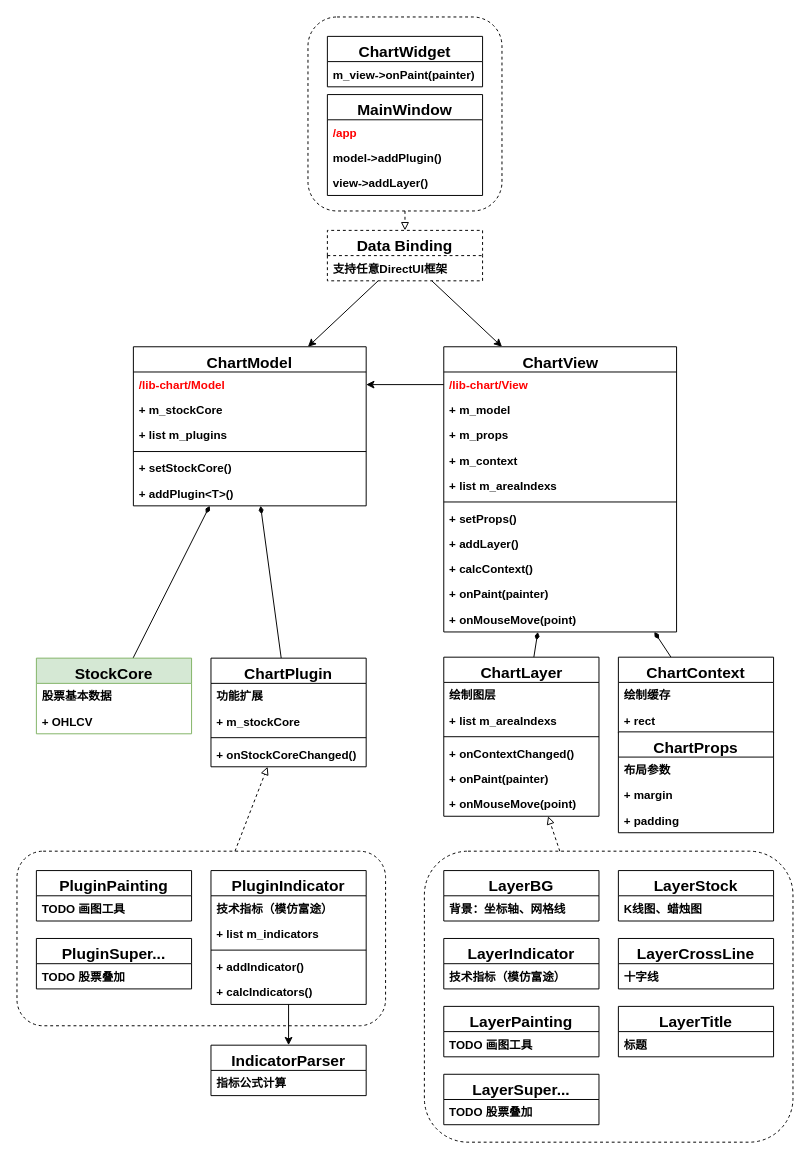
Earlier version of the draw.io diagram doc/architecture.drawio (zxffffffff/stock-charts-cpp). Source tidied: cells renumbered, new cells numbered last; positions are measured from the earlier drawing's top-left corner, leaving out a move shared by most shapes. Both pictures are drawn from the tidied source at 97%, with x=0, y=0 at pixel (16, 16).
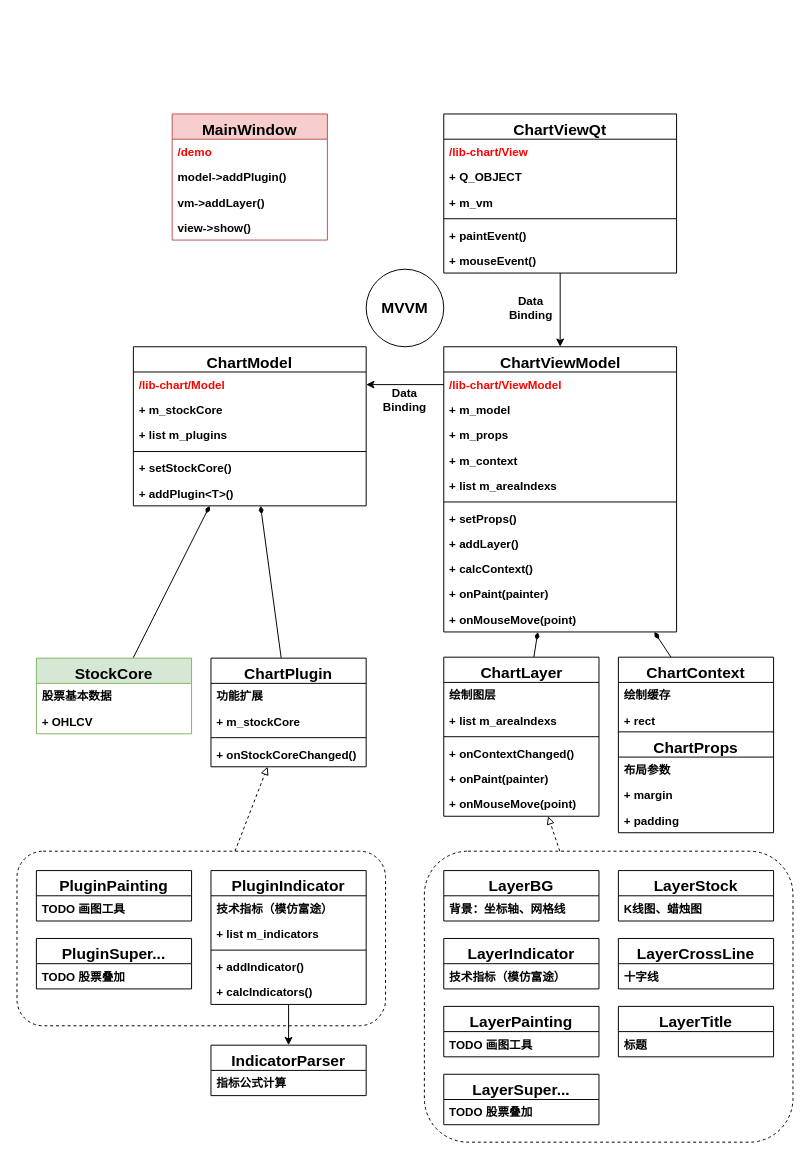
After the change.

Unchanged cells that the change refers to:
```xml
<mxCell id="8" value="ChartModel" style="swimlane;fontStyle=1;align=center;verticalAlign=top;horizontal=1;startSize=26;fontSize=16;fontFamily=微软雅黑;" parent="1" vertex="1">
  <mxGeometry x="120" y="340" width="240" height="164" as="geometry" />
</mxCell>
```

Change to the diagram source:
```diff
@@
-    <mxCell id="2" style="edgeStyle=none;rounded=0;jettySize=auto;html=1;endArrow=block;endFill=0;dashed=1;fontFamily=微软雅黑;fontStyle=1;" parent="1" edge="1" source="3" target="25">
-      <mxGeometry relative="1" as="geometry" />
-    </mxCell>
-    <mxCell id="3" style="rounded=1;whiteSpace=wrap;html=1;labelBackgroundColor=none;dashed=1;fontFamily=微软雅黑;fontStyle=1;fillColor=none;" parent="1" vertex="1">
-      <mxGeometry x="300" width="200" height="200" as="geometry" />
-    </mxCell>
@@
-    <mxCell id="23" style="edgeStyle=none;rounded=0;jettySize=auto;html=1;fontColor=#FF0000;entryX=0.75;entryY=0;entryDx=0;entryDy=0;" parent="1" edge="1" source="25" target="8">
-      <mxGeometry relative="1" as="geometry" />
-    </mxCell>
-    <mxCell id="24" style="edgeStyle=none;rounded=0;jettySize=auto;html=1;fontColor=#FF0000;entryX=0.25;entryY=0;entryDx=0;entryDy=0;" parent="1" edge="1" source="25" target="37">
-      <mxGeometry relative="1" as="geometry" />
-    </mxCell>
-    <mxCell id="25" value="Data Binding" style="swimlane;fontStyle=1;align=center;verticalAlign=top;horizontal=1;startSize=26;fontSize=16;dashed=1;fontFamily=微软雅黑;" parent="1" vertex="1">
-      <mxGeometry x="320" y="220" width="160" height="52" as="geometry" />
-    </mxCell>
-    <mxCell id="26" value="支持任意DirectUI框架" style="text;align=left;verticalAlign=top;spacingLeft=4;spacingRight=4;overflow=hidden;fontFamily=微软雅黑;fontStyle=1;" parent="25" vertex="1">
-      <mxGeometry y="26" width="160" height="26" as="geometry" />
-    </mxCell>
@@
-    <mxCell id="37" value="ChartView" style="swimlane;fontStyle=1;align=center;verticalAlign=top;horizontal=1;startSize=26;fontSize=16;html=1;fontFamily=微软雅黑;" parent="1" vertex="1">
+    <mxCell id="37" value="ChartViewModel" style="swimlane;fontStyle=1;align=center;verticalAlign=top;horizontal=1;startSize=26;fontSize=16;html=1;fontFamily=微软雅黑;" parent="1" vertex="1">
       <mxGeometry x="440" y="340" width="240" height="294" as="geometry" />
     </mxCell>
-    <mxCell id="38" value="/lib-chart/View" style="text;align=left;verticalAlign=top;spacingLeft=4;spacingRight=4;overflow=hidden;points=[[0,0.5],[1,0.5]];portConstraint=eastwest;fontColor=#FF0000;fontFamily=微软雅黑;fontStyle=1;" parent="37" vertex="1">
+    <mxCell id="38" value="/lib-chart/ViewModel" style="text;align=left;verticalAlign=top;spacingLeft=4;spacingRight=4;overflow=hidden;points=[[0,0.5],[1,0.5]];portConstraint=eastwest;fontColor=#FF0000;fontFamily=微软雅黑;fontStyle=1;" parent="37" vertex="1">
       <mxGeometry y="26" width="240" height="26" as="geometry" />
     </mxCell>
@@
-    <mxCell id="84" value="MainWindow" style="swimlane;fontStyle=1;align=center;verticalAlign=top;horizontal=1;startSize=26;fontSize=16;fontFamily=微软雅黑;" parent="1" vertex="1">
-      <mxGeometry x="320" y="80" width="160" height="104" as="geometry" />
+    <mxCell id="84" value="MainWindow" style="swimlane;fontStyle=1;align=center;verticalAlign=top;horizontal=1;startSize=26;fontSize=16;fontFamily=微软雅黑;fillColor=#f8cecc;strokeColor=#b85450;" parent="1" vertex="1">
+      <mxGeometry x="160" y="100" width="160" height="130" as="geometry" />
     </mxCell>
-    <mxCell id="85" value="/app" style="text;align=left;verticalAlign=top;spacingLeft=4;spacingRight=4;overflow=hidden;fontColor=#FF0000;fontFamily=微软雅黑;fontStyle=1;" parent="84" vertex="1">
+    <mxCell id="85" value="/demo" style="text;align=left;verticalAlign=top;spacingLeft=4;spacingRight=4;overflow=hidden;fontColor=#FF0000;fontFamily=微软雅黑;fontStyle=1;" parent="84" vertex="1">
       <mxGeometry y="26" width="160" height="26" as="geometry" />
     </mxCell>
@@
-    <mxCell id="87" value="view-&gt;addLayer()" style="text;align=left;verticalAlign=top;spacingLeft=4;spacingRight=4;overflow=hidden;fontFamily=微软雅黑;fontStyle=1;" parent="84" vertex="1">
+    <mxCell id="87" value="vm-&gt;addLayer()" style="text;align=left;verticalAlign=top;spacingLeft=4;spacingRight=4;overflow=hidden;fontFamily=微软雅黑;fontStyle=1;" parent="84" vertex="1">
       <mxGeometry y="78" width="160" height="26" as="geometry" />
     </mxCell>
-    <mxCell id="88" value="ChartWidget" style="swimlane;fontStyle=1;align=center;verticalAlign=top;horizontal=1;startSize=26;fontSize=16;fontFamily=微软雅黑;" parent="1" vertex="1">
-      <mxGeometry x="320" y="20" width="160" height="52" as="geometry" />
-    </mxCell>
-    <mxCell id="89" value="m_view-&gt;onPaint(painter)" style="text;align=left;verticalAlign=top;spacingLeft=4;spacingRight=4;overflow=hidden;fontFamily=微软雅黑;fontStyle=1;" parent="88" vertex="1">
-      <mxGeometry y="26" width="160" height="26" as="geometry" />
-    </mxCell>
+    <mxCell id="91" value="view-&gt;show()" style="text;align=left;verticalAlign=top;spacingLeft=4;spacingRight=4;overflow=hidden;fontFamily=微软雅黑;fontStyle=1;" parent="84" vertex="1">
+      <mxGeometry y="104" width="160" height="26" as="geometry" />
+    </mxCell>
@@
+    <mxCell id="92" style="edgeStyle=none;rounded=0;jettySize=auto;html=1;entryX=0.5;entryY=0;entryDx=0;entryDy=0;fontFamily=微软雅黑;fontSize=16;" parent="1" edge="1" source="93" target="37">
+      <mxGeometry relative="1" as="geometry" />
+    </mxCell>
+    <mxCell id="93" value="ChartViewQt" style="swimlane;fontStyle=1;align=center;verticalAlign=top;horizontal=1;startSize=26;fontSize=16;fontFamily=微软雅黑;" parent="1" vertex="1">
+      <mxGeometry x="440" y="100" width="240" height="164" as="geometry" />
+    </mxCell>
+    <mxCell id="94" value="/lib-chart/View" style="text;align=left;verticalAlign=top;spacingLeft=4;spacingRight=4;overflow=hidden;fontColor=#FF0000;fontFamily=微软雅黑;fontStyle=1;" parent="93" vertex="1">
+      <mxGeometry y="26" width="240" height="26" as="geometry" />
+    </mxCell>
+    <mxCell id="95" value="+ Q_OBJECT" style="text;align=left;verticalAlign=top;spacingLeft=4;spacingRight=4;overflow=hidden;fontFamily=微软雅黑;fontStyle=1;" parent="93" vertex="1">
+      <mxGeometry y="52" width="240" height="26" as="geometry" />
+    </mxCell>
+    <mxCell id="96" value="+ m_vm" style="text;align=left;verticalAlign=top;spacingLeft=4;spacingRight=4;overflow=hidden;fontFamily=微软雅黑;fontStyle=1;" parent="93" vertex="1">
+      <mxGeometry y="78" width="240" height="26" as="geometry" />
+    </mxCell>
+    <mxCell id="97" style="line;strokeWidth=1;align=left;verticalAlign=middle;spacingTop=-1;spacingLeft=3;spacingRight=3;labelPosition=right;fontFamily=微软雅黑;fontStyle=1;" parent="93" vertex="1">
+      <mxGeometry y="104" width="240" height="8" as="geometry" />
+    </mxCell>
+    <mxCell id="98" value="+ paintEvent()" style="text;align=left;verticalAlign=top;spacingLeft=4;spacingRight=4;overflow=hidden;fontFamily=微软雅黑;fontStyle=1;" parent="93" vertex="1">
+      <mxGeometry y="112" width="240" height="26" as="geometry" />
+    </mxCell>
+    <mxCell id="99" value="+ mouseEvent()" style="text;align=left;verticalAlign=top;spacingLeft=4;spacingRight=4;overflow=hidden;fontFamily=微软雅黑;fontStyle=1;" parent="93" vertex="1">
+      <mxGeometry y="138" width="240" height="26" as="geometry" />
+    </mxCell>
+    <mxCell id="100" value="Data Binding" style="text;html=1;strokeColor=none;fillColor=none;align=center;verticalAlign=middle;whiteSpace=wrap;rounded=0;fontStyle=1;fontFamily=微软雅黑;" parent="1" vertex="1">
+      <mxGeometry x="500" y="285" width="60" height="30" as="geometry" />
+    </mxCell>
+    <mxCell id="101" value="MVVM" style="ellipse;whiteSpace=wrap;html=1;fontFamily=微软雅黑;fontSize=16;fontStyle=1;" parent="1" vertex="1">
+      <mxGeometry x="360" y="260" width="80" height="80" as="geometry" />
+    </mxCell>
+    <mxCell id="102" value="Data Binding" style="text;html=1;strokeColor=none;fillColor=none;align=center;verticalAlign=middle;whiteSpace=wrap;rounded=0;fontStyle=1;fontFamily=微软雅黑;" parent="1" vertex="1">
+      <mxGeometry x="370" y="380" width="60" height="30" as="geometry" />
+    </mxCell>
```
